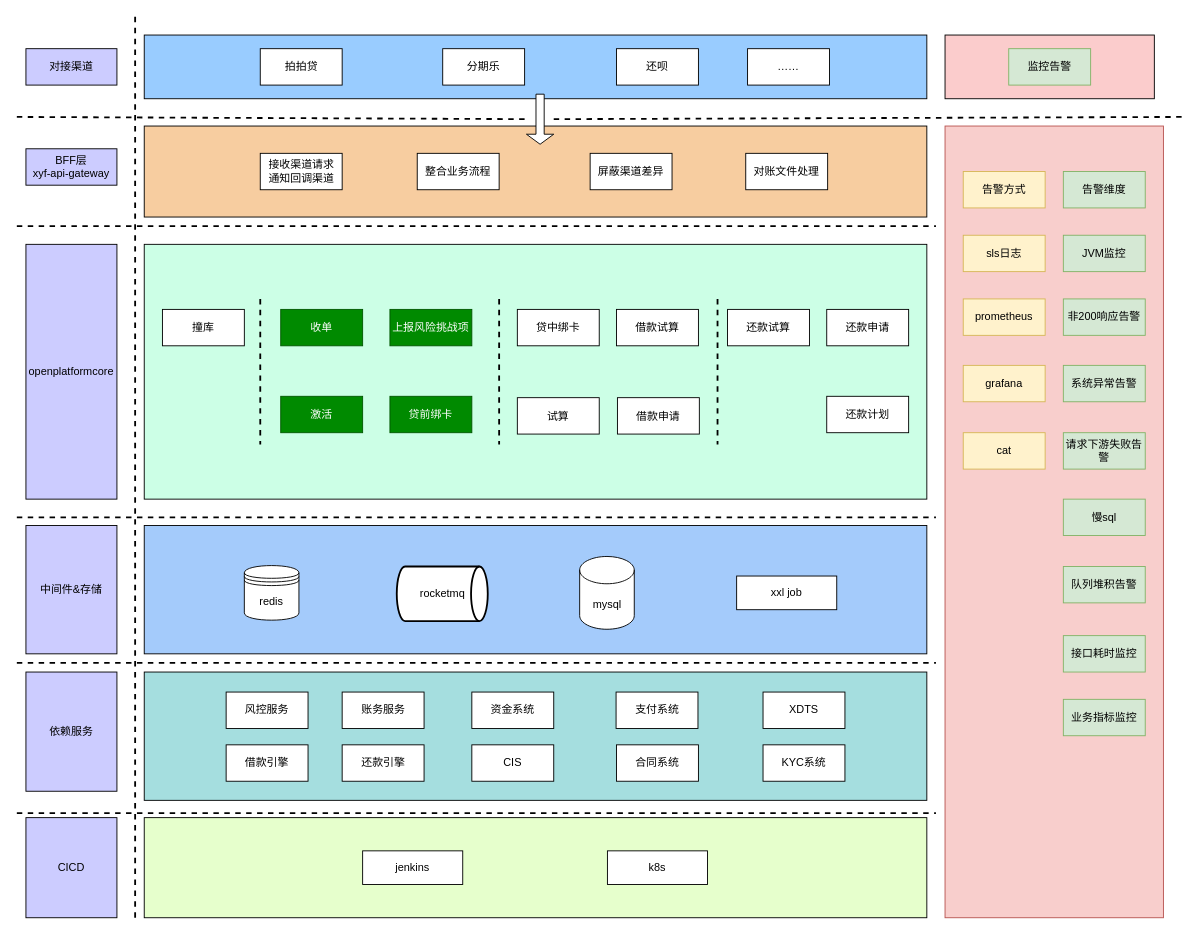
Above: api产品中心-系统架构图.drawio in yuanlj-tea/picgo (draw.io), before the change. Source tidied: cells renumbered, new cells numbered last; positions are measured from the earlier drawing's top-left corner, leaving out a move shared by most shapes. Both pictures are drawn from the tidied source at 91%, with x=0, y=0 at pixel (16, 16). Pictures stored in the file or linked from it are replaced by grey dashed boxes.
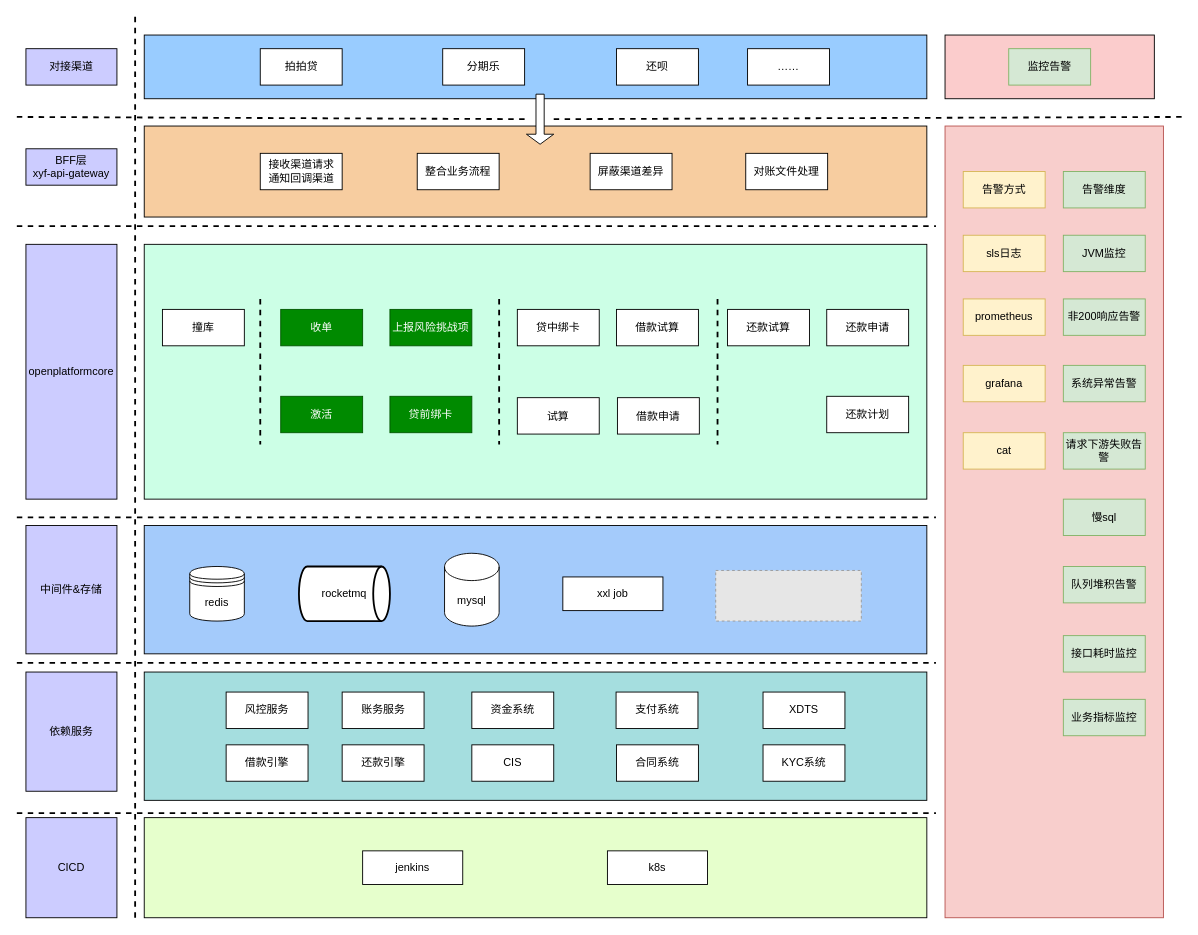
The same page after the edit.

Commit message:
更新api产品中心-系统架构图.drawio

Change to the diagram source:
```diff
@@
     <mxCell id="33" value="mysql" style="shape=cylinder3;whiteSpace=wrap;html=1;boundedLbl=1;backgroundOutline=1;size=15;" parent="1" vertex="1">
-      <mxGeometry x="618.5" y="593" width="60" height="80" as="geometry" />
+      <mxGeometry x="470" y="589.5" width="60" height="80" as="geometry" />
     </mxCell>
@@
     <mxCell id="42" value="redis" style="shape=datastore;whiteSpace=wrap;html=1;" parent="1" vertex="1">
-      <mxGeometry x="250" y="603" width="60" height="60" as="geometry" />
+      <mxGeometry x="190" y="604" width="60" height="60" as="geometry" />
     </mxCell>
@@
     <mxCell id="61" value="xxl job" style="rounded=0;whiteSpace=wrap;html=1;" parent="1" vertex="1">
-      <mxGeometry x="791" y="614.5" width="110" height="37" as="geometry" />
+      <mxGeometry x="600" y="615.5" width="110" height="37" as="geometry" />
     </mxCell>
     <mxCell id="62" value="rocketmq" style="strokeWidth=2;html=1;shape=mxgraph.flowchart.direct_data;whiteSpace=wrap;" parent="1" vertex="1">
-      <mxGeometry x="417.5" y="604" width="100" height="60" as="geometry" />
+      <mxGeometry x="310" y="604" width="100" height="60" as="geometry" />
     </mxCell>
@@
+    <mxCell id="78" style="fillColor=#E6E6E6;strokeColor=#999999;dashed=1;verticalLabelPosition=bottom;labelBackgroundColor=default;verticalAlign=top;" parent="1" vertex="1">
+      <mxGeometry x="768" y="608.4" width="160" height="55.6" as="geometry" />
+    </mxCell>
```
